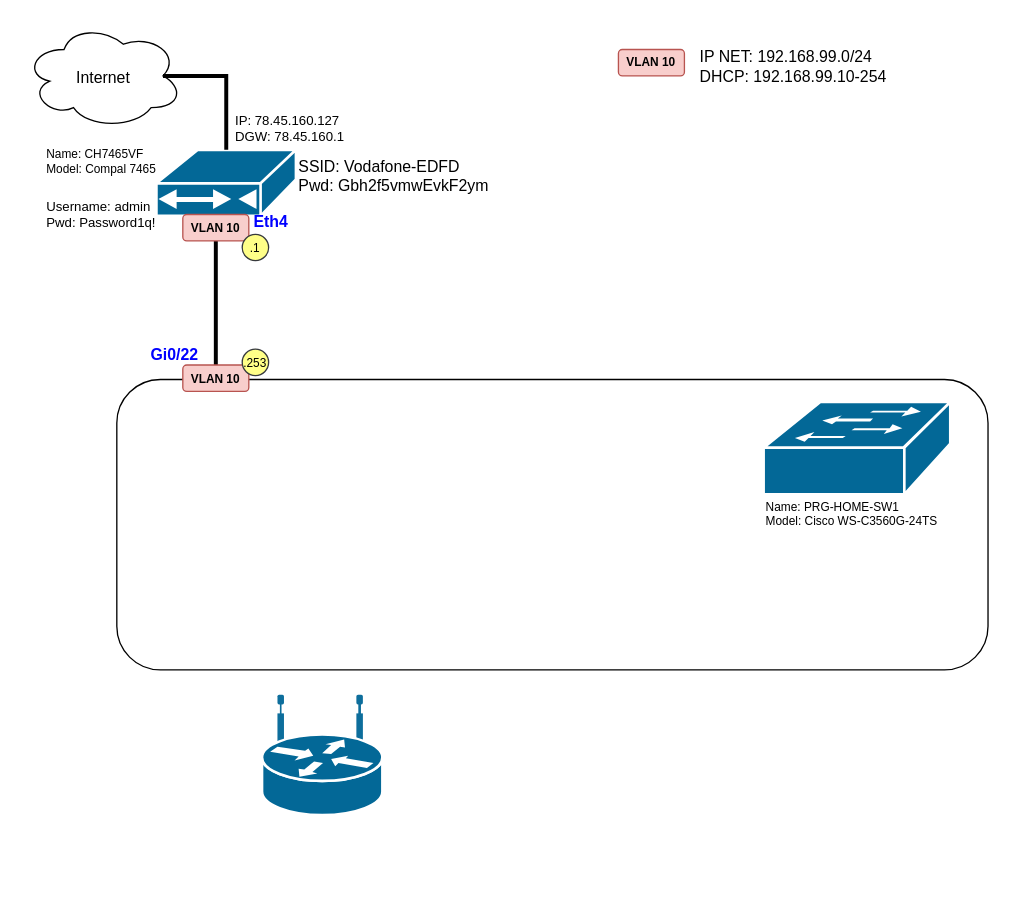
Above: Untitled Diagram.drawio in jax2k/az104 (draw.io), before the change. Source tidied: cells renumbered, new cells numbered last; positions are measured from the earlier drawing's top-left corner, leaving out a move shared by most shapes. Both pictures are drawn from the tidied source at 132%, with x=0, y=0 at pixel (24, 22).
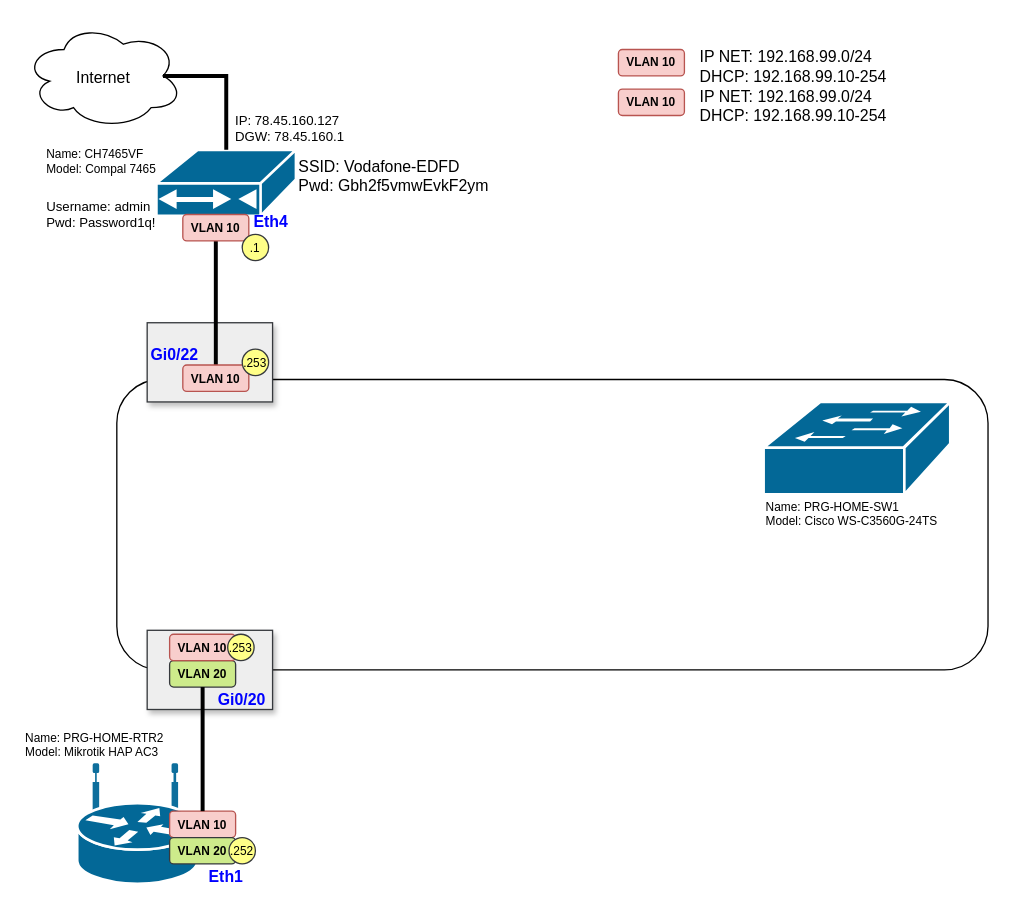
After the change.

Change to the diagram source:
```diff
@@
+    <mxCell id="23" style="rounded=0;whiteSpace=wrap;html=1;shadow=1;fillColor=#eeeeee;strokeColor=#36393d;" parent="1" vertex="1">
+      <mxGeometry x="93" y="227" width="95" height="60" as="geometry" />
+    </mxCell>
+    <mxCell id="24" style="rounded=0;whiteSpace=wrap;html=1;shadow=1;fillColor=#eeeeee;strokeColor=#36393d;" parent="1" vertex="1">
+      <mxGeometry x="93" y="460" width="95" height="60" as="geometry" />
+    </mxCell>
@@
     <mxCell id="22" style="shape=mxgraph.cisco.routers.wireless_router;sketch=0;html=1;dashed=0;fillColor=#036897;strokeColor=#ffffff;strokeWidth=2;verticalLabelPosition=bottom;verticalAlign=top;align=center;" parent="1" vertex="1">
-      <mxGeometry x="180" y="510" width="91.2" height="90" as="geometry" />
+      <mxGeometry x="40" y="562" width="91.2" height="90" as="geometry" />
     </mxCell>
+    <mxCell id="25" value="&lt;span style=&quot;font-size: 9px; font-weight: 700;&quot;&gt;VLAN 10&lt;/span&gt;" style="rounded=1;whiteSpace=wrap;html=1;fillColor=#f8cecc;strokeColor=#b85450;" parent="1" vertex="1">
+      <mxGeometry x="110" y="597" width="50" height="20" as="geometry" />
+    </mxCell>
+    <mxCell id="26" value="&lt;span style=&quot;font-size: 9px; font-weight: 700;&quot;&gt;VLAN 20&lt;/span&gt;" style="rounded=1;whiteSpace=wrap;html=1;fillColor=#cdeb8b;strokeColor=#36393d;" parent="1" vertex="1">
+      <mxGeometry x="110" y="483" width="50" height="20" as="geometry" />
+    </mxCell>
+    <mxCell id="27" style="edgeStyle=orthogonalEdgeStyle;rounded=0;jettySize=auto;html=1;exitX=0.5;exitY=1;exitDx=0;exitDy=0;entryX=0.5;entryY=0;entryDx=0;entryDy=0;strokeColor=default;endArrow=none;startFill=0;strokeWidth=3;" parent="1" edge="1" source="26" target="25">
+      <mxGeometry relative="1" as="geometry" />
+    </mxCell>
+    <mxCell id="28" value="Gi0/20" style="text;html=1;align=center;verticalAlign=middle;whiteSpace=wrap;rounded=0;fontStyle=1;fontColor=#0000FF;" parent="1" vertex="1">
+      <mxGeometry x="140" y="503" width="50" height="20" as="geometry" />
+    </mxCell>
+    <mxCell id="29" value="&lt;span style=&quot;font-size: 9px; font-weight: 700;&quot;&gt;VLAN 10&lt;/span&gt;" style="rounded=1;whiteSpace=wrap;html=1;fillColor=#f8cecc;strokeColor=#b85450;" parent="1" vertex="1">
+      <mxGeometry x="110" y="463" width="50" height="20" as="geometry" />
+    </mxCell>
+    <mxCell id="30" value="&lt;span style=&quot;font-size: 9px; font-weight: 700;&quot;&gt;VLAN 20&lt;/span&gt;" style="rounded=1;whiteSpace=wrap;html=1;fillColor=#cdeb8b;strokeColor=#36393d;" parent="1" vertex="1">
+      <mxGeometry x="110" y="617" width="50" height="20" as="geometry" />
+    </mxCell>
+    <mxCell id="31" value="Eth1" style="text;html=1;align=center;verticalAlign=middle;whiteSpace=wrap;rounded=0;fontStyle=1;fontColor=#0000FF;" parent="1" vertex="1">
+      <mxGeometry x="128" y="637" width="50" height="20" as="geometry" />
+    </mxCell>
+    <mxCell id="32" value="&lt;font style=&quot;font-size: 9px;&quot;&gt;.253&lt;/font&gt;" style="ellipse;whiteSpace=wrap;html=1;fillColor=#ffff88;strokeColor=#36393d;" parent="1" vertex="1">
+      <mxGeometry x="154" y="463" width="20" height="20" as="geometry" />
+    </mxCell>
+    <mxCell id="33" value="&lt;font style=&quot;font-size: 9px;&quot;&gt;.252&lt;/font&gt;" style="ellipse;whiteSpace=wrap;html=1;fillColor=#ffff88;strokeColor=#36393d;" parent="1" vertex="1">
+      <mxGeometry x="155" y="617" width="20" height="20" as="geometry" />
+    </mxCell>
+    <mxCell id="34" value="VLAN 10" style="rounded=1;whiteSpace=wrap;html=1;fillColor=#f8cecc;strokeColor=#b85450;fontSize=9;fontStyle=1;" parent="1" vertex="1">
+      <mxGeometry x="450" y="50" width="50" height="20" as="geometry" />
+    </mxCell>
+    <mxCell id="35" value="IP NET: 192.168.99.0/24&lt;div&gt;DHCP:&amp;nbsp;&lt;span style=&quot;background-color: transparent; color: light-dark(rgb(0, 0, 0), rgb(255, 255, 255));&quot;&gt;192.168.99.10-254&lt;/span&gt;&lt;/div&gt;" style="text;html=1;align=left;verticalAlign=middle;whiteSpace=wrap;rounded=0;" parent="1" vertex="1">
+      <mxGeometry x="510" y="48" width="150" height="30" as="geometry" />
+    </mxCell>
+    <mxCell id="36" value="Name: PRG-HOME-RTR2&lt;div&gt;Model: Mikrotik HAP AC3&lt;/div&gt;" style="text;html=1;align=left;verticalAlign=middle;whiteSpace=wrap;rounded=0;fontSize=9;" parent="1" vertex="1">
+      <mxGeometry x="-1" y="532" width="111" height="30" as="geometry" />
+    </mxCell>
```
